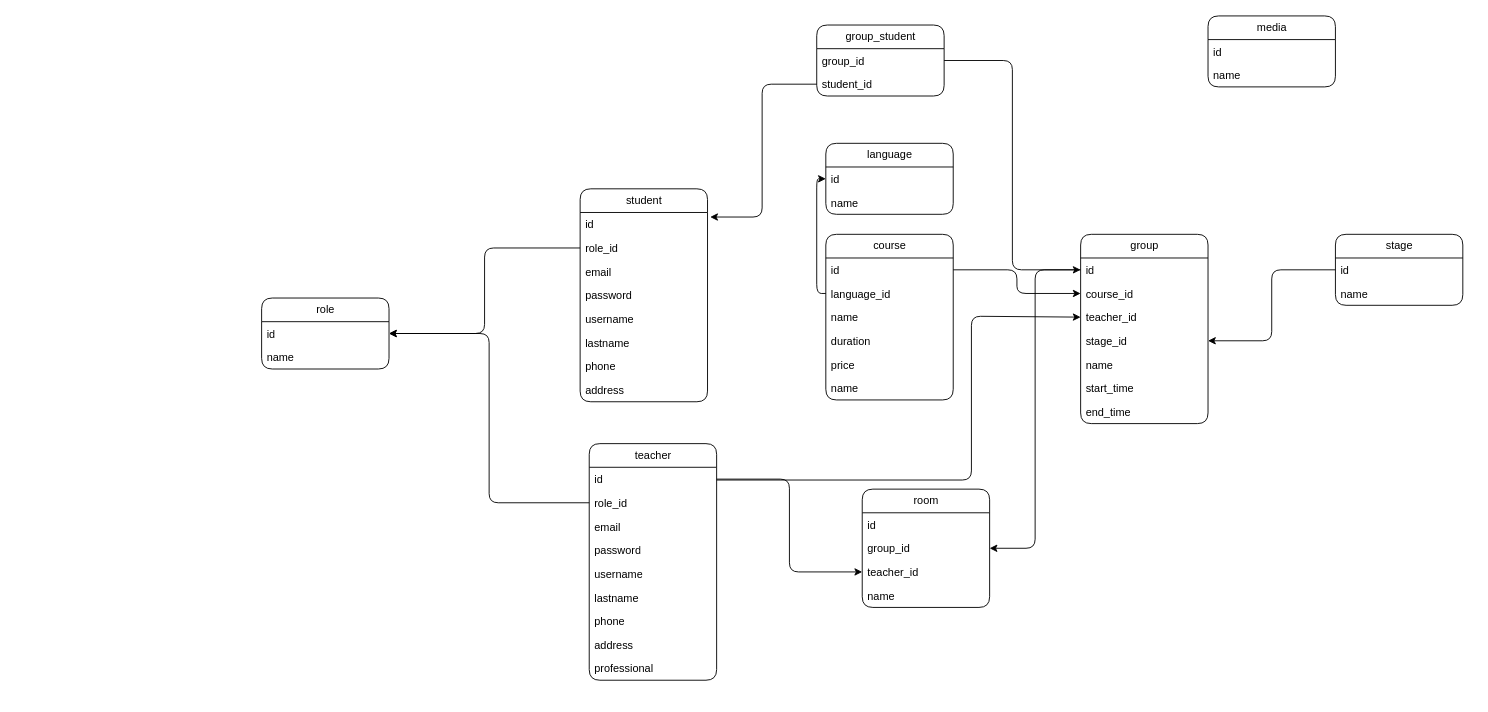
Above: edu.dio in ArabkhonDev/edu-app (draw.io), before the change. Source tidied: cells renumbered, new cells numbered last; positions are measured from the earlier drawing's top-left corner, leaving out a move shared by most shapes. Both pictures are drawn from the tidied source at 91%, with x=0, y=0 at pixel (261, 15).
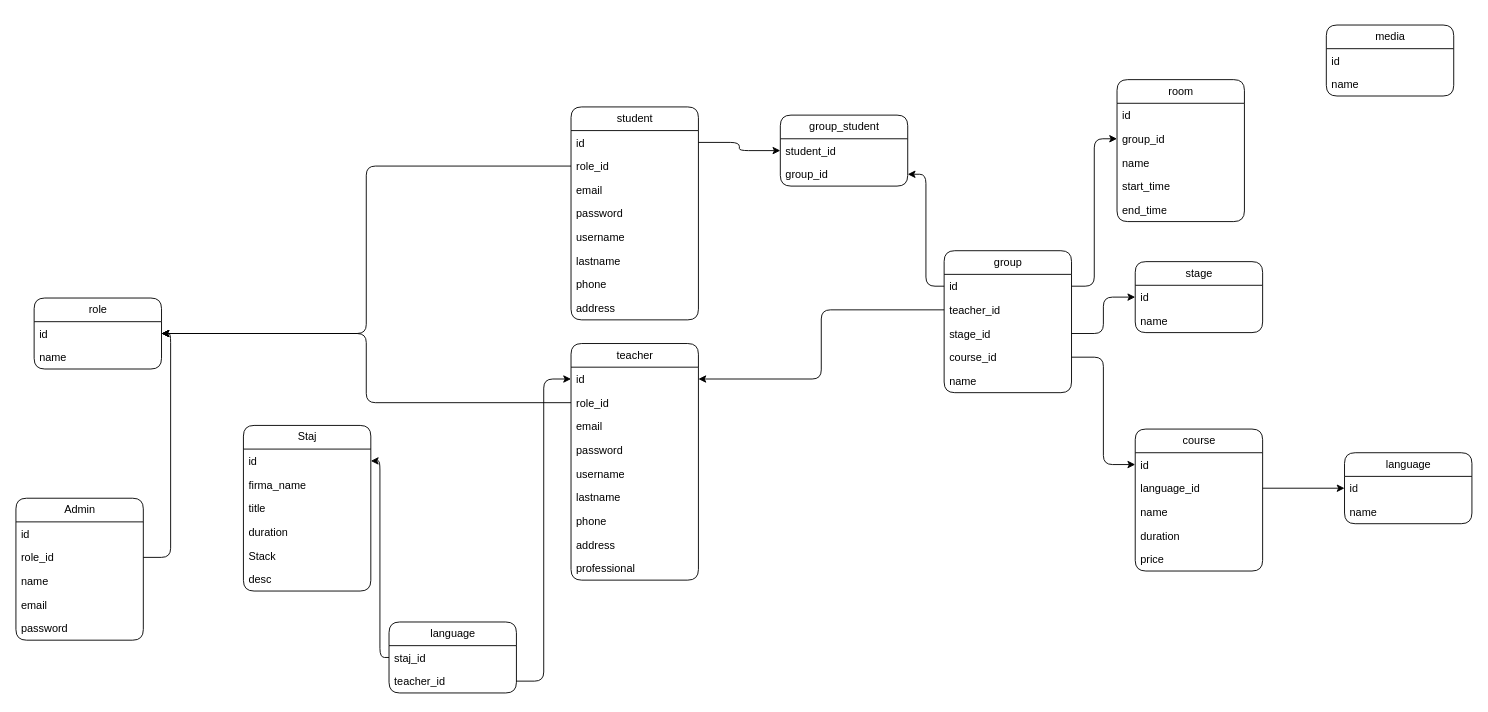
The same page after the edit.

Unchanged cells that the change refers to:
```xml
<mxCell id="6" value="id" style="text;strokeColor=none;fillColor=none;align=left;verticalAlign=top;spacingLeft=4;spacingRight=4;overflow=hidden;points=[[0,0.5],[1,0.5]];portConstraint=eastwest;whiteSpace=wrap;html=1;" parent="5" vertex="1">
  <mxGeometry y="26" width="140" height="26" as="geometry" />
</mxCell>
<mxCell id="15" value="id" style="text;strokeColor=none;fillColor=none;align=left;verticalAlign=top;spacingLeft=4;spacingRight=4;overflow=hidden;points=[[0,0.5],[1,0.5]];portConstraint=eastwest;whiteSpace=wrap;html=1;" parent="14" vertex="1">
  <mxGeometry y="26" width="140" height="26" as="geometry" />
</mxCell>
<mxCell id="16" value="language_id" style="text;strokeColor=none;fillColor=none;align=left;verticalAlign=top;spacingLeft=4;spacingRight=4;overflow=hidden;points=[[0,0.5],[1,0.5]];portConstraint=eastwest;whiteSpace=wrap;html=1;" parent="14" vertex="1">
  <mxGeometry y="52" width="140" height="26" as="geometry" />
</mxCell>
<mxCell id="23" value="group_id" style="text;strokeColor=none;fillColor=none;align=left;verticalAlign=top;spacingLeft=4;spacingRight=4;overflow=hidden;points=[[0,0.5],[1,0.5]];portConstraint=eastwest;whiteSpace=wrap;html=1;" parent="21" vertex="1">
  <mxGeometry y="52" width="140" height="26" as="geometry" />
</mxCell>
<mxCell id="27" value="id" style="text;strokeColor=none;fillColor=none;align=left;verticalAlign=top;spacingLeft=4;spacingRight=4;overflow=hidden;points=[[0,0.5],[1,0.5]];portConstraint=eastwest;whiteSpace=wrap;html=1;" parent="26" vertex="1">
  <mxGeometry y="26" width="140" height="26" as="geometry" />
</mxCell>
<mxCell id="40" value="id" style="text;strokeColor=none;fillColor=none;align=left;verticalAlign=top;spacingLeft=4;spacingRight=4;overflow=hidden;points=[[0,0.5],[1,0.5]];portConstraint=eastwest;whiteSpace=wrap;html=1;" parent="39" vertex="1">
  <mxGeometry y="26" width="140" height="26" as="geometry" />
</mxCell>
<mxCell id="48" value="id" style="text;strokeColor=none;fillColor=none;align=left;verticalAlign=top;spacingLeft=4;spacingRight=4;overflow=hidden;points=[[0,0.5],[1,0.5]];portConstraint=eastwest;whiteSpace=wrap;html=1;" parent="47" vertex="1">
  <mxGeometry y="26" width="140" height="26" as="geometry" />
</mxCell>
<mxCell id="63" value="id" style="text;strokeColor=none;fillColor=none;align=left;verticalAlign=top;spacingLeft=4;spacingRight=4;overflow=hidden;points=[[0,0.5],[1,0.5]];portConstraint=eastwest;whiteSpace=wrap;html=1;" parent="62" vertex="1">
  <mxGeometry y="26" width="140" height="26" as="geometry" />
</mxCell>
```

What changed in the source:
```diff
@@
     <mxCell id="2" value="role" style="swimlane;fontStyle=0;horizontal=1;startSize=26;fillColor=none;html=1;rounded=1;" parent="1" vertex="1">
-      <mxGeometry y="310" width="140" height="78" as="geometry" />
+      <mxGeometry x="-250" y="310" width="140" height="78" as="geometry" />
     </mxCell>
@@
     <mxCell id="5" value="student" style="swimlane;fontStyle=0;horizontal=1;startSize=26;fillColor=none;html=1;rounded=1;" parent="1" vertex="1">
-      <mxGeometry x="350" y="190" width="140" height="234" as="geometry" />
+      <mxGeometry x="340" y="100" width="140" height="234" as="geometry" />
     </mxCell>
@@
     <mxCell id="14" value="course" style="swimlane;fontStyle=0;horizontal=1;startSize=26;fillColor=none;html=1;rounded=1;" parent="1" vertex="1">
-      <mxGeometry x="620" y="240" width="140" height="182" as="geometry" />
+      <mxGeometry x="960" y="454" width="140" height="156" as="geometry" />
     </mxCell>
@@
-    <mxCell id="20" value="name" style="text;strokeColor=none;fillColor=none;align=left;verticalAlign=top;spacingLeft=4;spacingRight=4;overflow=hidden;whiteSpace=wrap;html=1;" parent="14" vertex="1">
-      <mxGeometry y="156" width="140" height="26" as="geometry" />
-    </mxCell>
     <mxCell id="21" value="room" style="swimlane;fontStyle=0;horizontal=1;startSize=26;fillColor=none;html=1;rounded=1;" parent="1" vertex="1">
-      <mxGeometry x="660" y="520" width="140" height="130" as="geometry" />
+      <mxGeometry x="940" y="70" width="140" height="156" as="geometry" />
     </mxCell>
@@
-    <mxCell id="24" value="teacher_id" style="text;strokeColor=none;fillColor=none;align=left;verticalAlign=top;spacingLeft=4;spacingRight=4;overflow=hidden;points=[[0,0.5],[1,0.5]];portConstraint=eastwest;whiteSpace=wrap;html=1;" parent="21" vertex="1">
-      <mxGeometry y="78" width="140" height="26" as="geometry" />
-    </mxCell>
     <mxCell id="25" value="name" style="text;strokeColor=none;fillColor=none;align=left;verticalAlign=top;spacingLeft=4;spacingRight=4;overflow=hidden;whiteSpace=wrap;html=1;" parent="21" vertex="1">
-      <mxGeometry y="104" width="140" height="26" as="geometry" />
+      <mxGeometry y="78" width="140" height="26" as="geometry" />
     </mxCell>
+    <mxCell id="45" value="start_time" style="text;strokeColor=none;fillColor=none;align=left;verticalAlign=top;spacingLeft=4;spacingRight=4;overflow=hidden;whiteSpace=wrap;html=1;" parent="21" vertex="1">
+      <mxGeometry y="104" width="140" height="26" as="geometry" />
+    </mxCell>
+    <mxCell id="46" value="end_time" style="text;strokeColor=none;fillColor=none;align=left;verticalAlign=top;spacingLeft=4;spacingRight=4;overflow=hidden;whiteSpace=wrap;html=1;" parent="21" vertex="1">
+      <mxGeometry y="130" width="140" height="26" as="geometry" />
+    </mxCell>
     <mxCell id="26" value="teacher" style="swimlane;fontStyle=0;horizontal=1;startSize=26;fillColor=none;html=1;rounded=1;" parent="1" vertex="1">
-      <mxGeometry x="360" y="470" width="140" height="260" as="geometry" />
+      <mxGeometry x="340" y="360" width="140" height="260" as="geometry" />
     </mxCell>
@@
-    <mxCell id="38" style="edgeStyle=orthogonalEdgeStyle;html=1;entryX=0;entryY=0.5;entryDx=0;entryDy=0;" parent="1" edge="1" source="27" target="24">
-      <mxGeometry relative="1" as="geometry" />
-    </mxCell>
     <mxCell id="39" value="group" style="swimlane;fontStyle=0;horizontal=1;startSize=26;fillColor=none;html=1;rounded=1;" parent="1" vertex="1">
-      <mxGeometry x="900" y="240" width="140" height="208" as="geometry" />
+      <mxGeometry x="750" y="258" width="140" height="156" as="geometry" />
     </mxCell>
@@
-    <mxCell id="41" value="course_id" style="text;strokeColor=none;fillColor=none;align=left;verticalAlign=top;spacingLeft=4;spacingRight=4;overflow=hidden;points=[[0,0.5],[1,0.5]];portConstraint=eastwest;whiteSpace=wrap;html=1;" parent="39" vertex="1">
-      <mxGeometry y="52" width="140" height="26" as="geometry" />
-    </mxCell>
     <mxCell id="42" value="teacher_id" style="text;strokeColor=none;fillColor=none;align=left;verticalAlign=top;spacingLeft=4;spacingRight=4;overflow=hidden;points=[[0,0.5],[1,0.5]];portConstraint=eastwest;whiteSpace=wrap;html=1;" parent="39" vertex="1">
-      <mxGeometry y="78" width="140" height="26" as="geometry" />
+      <mxGeometry y="52" width="140" height="26" as="geometry" />
     </mxCell>
     <mxCell id="43" value="stage_id" style="text;strokeColor=none;fillColor=none;align=left;verticalAlign=top;spacingLeft=4;spacingRight=4;overflow=hidden;points=[[0,0.5],[1,0.5]];portConstraint=eastwest;whiteSpace=wrap;html=1;" parent="39" vertex="1">
-      <mxGeometry y="104" width="140" height="26" as="geometry" />
+      <mxGeometry y="78" width="140" height="26" as="geometry" />
     </mxCell>
+    <mxCell id="41" value="course_id" style="text;strokeColor=none;fillColor=none;align=left;verticalAlign=top;spacingLeft=4;spacingRight=4;overflow=hidden;points=[[0,0.5],[1,0.5]];portConstraint=eastwest;whiteSpace=wrap;html=1;" parent="39" vertex="1">
+      <mxGeometry y="104" width="140" height="26" as="geometry" />
+    </mxCell>
@@
-    <mxCell id="45" value="start_time" style="text;strokeColor=none;fillColor=none;align=left;verticalAlign=top;spacingLeft=4;spacingRight=4;overflow=hidden;whiteSpace=wrap;html=1;" parent="39" vertex="1">
-      <mxGeometry y="156" width="140" height="26" as="geometry" />
-    </mxCell>
-    <mxCell id="46" value="end_time" style="text;strokeColor=none;fillColor=none;align=left;verticalAlign=top;spacingLeft=4;spacingRight=4;overflow=hidden;whiteSpace=wrap;html=1;" parent="39" vertex="1">
-      <mxGeometry y="182" width="140" height="26" as="geometry" />
-    </mxCell>
     <mxCell id="47" value="language" style="swimlane;fontStyle=0;horizontal=1;startSize=26;fillColor=none;html=1;rounded=1;" parent="1" vertex="1">
-      <mxGeometry x="620" y="140" width="140" height="78" as="geometry" />
+      <mxGeometry x="1190" y="480" width="140" height="78" as="geometry" />
     </mxCell>
@@
     <mxCell id="50" value="media" style="swimlane;fontStyle=0;horizontal=1;startSize=26;fillColor=none;html=1;rounded=1;" parent="1" vertex="1">
-      <mxGeometry x="1040" width="140" height="78" as="geometry" />
+      <mxGeometry x="1170" y="10" width="140" height="78" as="geometry" />
     </mxCell>
@@
-    <mxCell id="53" style="edgeStyle=orthogonalEdgeStyle;html=1;entryX=0;entryY=0.5;entryDx=0;entryDy=0;" parent="1" edge="1" source="16" target="47">
-      <mxGeometry relative="1" as="geometry" />
-    </mxCell>
-    <mxCell id="54" value="group_student" style="swimlane;fontStyle=0;horizontal=1;startSize=26;fillColor=none;html=1;rounded=1;" parent="1" vertex="1">
-      <mxGeometry x="610" y="10" width="140" height="78" as="geometry" />
-    </mxCell>
-    <mxCell id="55" value="group_id" style="text;strokeColor=none;fillColor=none;align=left;verticalAlign=top;spacingLeft=4;spacingRight=4;overflow=hidden;points=[[0,0.5],[1,0.5]];portConstraint=eastwest;whiteSpace=wrap;html=1;" parent="54" vertex="1">
-      <mxGeometry y="26" width="140" height="26" as="geometry" />
-    </mxCell>
-    <mxCell id="56" value="student_id" style="text;strokeColor=none;fillColor=none;align=left;verticalAlign=top;spacingLeft=4;spacingRight=4;overflow=hidden;points=[[0,0.5],[1,0.5]];portConstraint=eastwest;whiteSpace=wrap;html=1;" parent="54" vertex="1">
-      <mxGeometry y="52" width="140" height="26" as="geometry" />
-    </mxCell>
-    <mxCell id="57" style="edgeStyle=orthogonalEdgeStyle;html=1;" parent="1" edge="1" source="55" target="40">
-      <mxGeometry relative="1" as="geometry" />
-    </mxCell>
-    <mxCell id="58" style="edgeStyle=orthogonalEdgeStyle;html=1;entryX=1.021;entryY=0.192;entryDx=0;entryDy=0;entryPerimeter=0;" parent="1" edge="1" source="56" target="6">
-      <mxGeometry relative="1" as="geometry" />
-    </mxCell>
-    <mxCell id="59" style="edgeStyle=orthogonalEdgeStyle;html=1;entryX=0;entryY=0.5;entryDx=0;entryDy=0;" parent="1" edge="1" source="27" target="42">
-      <mxGeometry relative="1" as="geometry">
-        <Array as="points">
-          <mxPoint x="780" y="510" />
-          <mxPoint x="780" y="330" />
-        </Array>
-      </mxGeometry>
-    </mxCell>
-    <mxCell id="60" style="edgeStyle=orthogonalEdgeStyle;html=1;entryX=0;entryY=0.5;entryDx=0;entryDy=0;" parent="1" edge="1" source="15" target="41">
-      <mxGeometry relative="1" as="geometry" />
-    </mxCell>
-    <mxCell id="61" style="edgeStyle=orthogonalEdgeStyle;html=1;" parent="1" edge="1" source="40" target="23">
-      <mxGeometry relative="1" as="geometry" />
-    </mxCell>
     <mxCell id="62" value="stage" style="swimlane;fontStyle=0;horizontal=1;startSize=26;fillColor=none;html=1;rounded=1;" parent="1" vertex="1">
-      <mxGeometry x="1180" y="240" width="140" height="78" as="geometry" />
+      <mxGeometry x="960" y="270" width="140" height="78" as="geometry" />
     </mxCell>
@@
-    <mxCell id="65" style="edgeStyle=orthogonalEdgeStyle;html=1;" parent="1" edge="1" source="63" target="43">
-      <mxGeometry relative="1" as="geometry" />
-    </mxCell>
+    <mxCell id="61" style="edgeStyle=orthogonalEdgeStyle;html=1;" parent="1" edge="1" source="40" target="23">
+      <mxGeometry relative="1" as="geometry" />
+    </mxCell>
+    <mxCell id="66" value="Admin" style="swimlane;fontStyle=0;horizontal=1;startSize=26;fillColor=none;html=1;rounded=1;" parent="1" vertex="1">
+      <mxGeometry x="-270" y="530" width="140" height="156" as="geometry" />
+    </mxCell>
+    <mxCell id="67" value="id" style="text;strokeColor=none;fillColor=none;align=left;verticalAlign=top;spacingLeft=4;spacingRight=4;overflow=hidden;whiteSpace=wrap;html=1;" parent="66" vertex="1">
+      <mxGeometry y="26" width="140" height="26" as="geometry" />
+    </mxCell>
+    <mxCell id="68" value="role_id" style="text;strokeColor=none;fillColor=none;align=left;verticalAlign=top;spacingLeft=4;spacingRight=4;overflow=hidden;points=[[0,0.5],[1,0.5]];portConstraint=eastwest;whiteSpace=wrap;html=1;" parent="66" vertex="1">
+      <mxGeometry y="52" width="140" height="26" as="geometry" />
+    </mxCell>
+    <mxCell id="20" value="name" style="text;strokeColor=none;fillColor=none;align=left;verticalAlign=top;spacingLeft=4;spacingRight=4;overflow=hidden;whiteSpace=wrap;html=1;" parent="66" vertex="1">
+      <mxGeometry y="78" width="140" height="26" as="geometry" />
+    </mxCell>
+    <mxCell id="69" value="email" style="text;strokeColor=none;fillColor=none;align=left;verticalAlign=top;spacingLeft=4;spacingRight=4;overflow=hidden;whiteSpace=wrap;html=1;" parent="66" vertex="1">
+      <mxGeometry y="104" width="140" height="26" as="geometry" />
+    </mxCell>
+    <mxCell id="70" value="password" style="text;strokeColor=none;fillColor=none;align=left;verticalAlign=top;spacingLeft=4;spacingRight=4;overflow=hidden;whiteSpace=wrap;html=1;" parent="66" vertex="1">
+      <mxGeometry y="130" width="140" height="26" as="geometry" />
+    </mxCell>
+    <mxCell id="71" style="edgeStyle=orthogonalEdgeStyle;html=1;entryX=1;entryY=0.5;entryDx=0;entryDy=0;" parent="1" edge="1" source="68" target="2">
+      <mxGeometry relative="1" as="geometry" />
+    </mxCell>
+    <mxCell id="54" value="group_student" style="swimlane;fontStyle=0;horizontal=1;startSize=26;fillColor=none;html=1;rounded=1;" parent="1" vertex="1">
+      <mxGeometry x="570" y="109" width="140" height="78" as="geometry" />
+    </mxCell>
+    <mxCell id="56" value="student_id" style="text;strokeColor=none;fillColor=none;align=left;verticalAlign=top;spacingLeft=4;spacingRight=4;overflow=hidden;points=[[0,0.5],[1,0.5]];portConstraint=eastwest;whiteSpace=wrap;html=1;" parent="54" vertex="1">
+      <mxGeometry y="26" width="140" height="26" as="geometry" />
+    </mxCell>
+    <mxCell id="55" value="group_id" style="text;strokeColor=none;fillColor=none;align=left;verticalAlign=top;spacingLeft=4;spacingRight=4;overflow=hidden;points=[[0,0.5],[1,0.5]];portConstraint=eastwest;whiteSpace=wrap;html=1;" parent="54" vertex="1">
+      <mxGeometry y="52" width="140" height="26" as="geometry" />
+    </mxCell>
+    <mxCell id="72" style="edgeStyle=orthogonalEdgeStyle;html=1;" parent="1" edge="1" source="42" target="27">
+      <mxGeometry relative="1" as="geometry" />
+    </mxCell>
+    <mxCell id="73" style="edgeStyle=orthogonalEdgeStyle;html=1;entryX=0;entryY=0.5;entryDx=0;entryDy=0;" parent="1" edge="1" source="16" target="48">
+      <mxGeometry relative="1" as="geometry" />
+    </mxCell>
+    <mxCell id="74" style="edgeStyle=orthogonalEdgeStyle;html=1;entryX=0;entryY=0.5;entryDx=0;entryDy=0;" parent="1" edge="1" source="43" target="63">
+      <mxGeometry relative="1" as="geometry" />
+    </mxCell>
+    <mxCell id="75" style="edgeStyle=orthogonalEdgeStyle;html=1;entryX=0;entryY=0.5;entryDx=0;entryDy=0;" parent="1" edge="1" source="41" target="15">
+      <mxGeometry relative="1" as="geometry" />
+    </mxCell>
+    <mxCell id="76" style="edgeStyle=orthogonalEdgeStyle;html=1;entryX=0;entryY=0.5;entryDx=0;entryDy=0;" parent="1" edge="1" source="6" target="54">
+      <mxGeometry relative="1" as="geometry" />
+    </mxCell>
+    <mxCell id="77" style="edgeStyle=orthogonalEdgeStyle;html=1;entryX=1;entryY=0.5;entryDx=0;entryDy=0;" parent="1" edge="1" source="40" target="55">
+      <mxGeometry relative="1" as="geometry" />
+    </mxCell>
+    <mxCell id="78" value="Staj" style="swimlane;fontStyle=0;horizontal=1;startSize=26;fillColor=none;html=1;rounded=1;" parent="1" vertex="1">
+      <mxGeometry x="-20" y="450" width="140" height="182" as="geometry" />
+    </mxCell>
+    <mxCell id="79" value="id" style="text;strokeColor=none;fillColor=none;align=left;verticalAlign=top;spacingLeft=4;spacingRight=4;overflow=hidden;points=[[0,0.5],[1,0.5]];portConstraint=eastwest;whiteSpace=wrap;html=1;" parent="78" vertex="1">
+      <mxGeometry y="26" width="140" height="26" as="geometry" />
+    </mxCell>
+    <mxCell id="80" value="firma_name" style="text;strokeColor=none;fillColor=none;align=left;verticalAlign=top;spacingLeft=4;spacingRight=4;overflow=hidden;whiteSpace=wrap;html=1;" parent="78" vertex="1">
+      <mxGeometry y="52" width="140" height="26" as="geometry" />
+    </mxCell>
+    <mxCell id="81" value="title" style="text;strokeColor=none;fillColor=none;align=left;verticalAlign=top;spacingLeft=4;spacingRight=4;overflow=hidden;whiteSpace=wrap;html=1;" parent="78" vertex="1">
+      <mxGeometry y="78" width="140" height="26" as="geometry" />
+    </mxCell>
+    <mxCell id="82" value="duration" style="text;strokeColor=none;fillColor=none;align=left;verticalAlign=top;spacingLeft=4;spacingRight=4;overflow=hidden;whiteSpace=wrap;html=1;" parent="78" vertex="1">
+      <mxGeometry y="104" width="140" height="26" as="geometry" />
+    </mxCell>
+    <mxCell id="83" value="Stack" style="text;strokeColor=none;fillColor=none;align=left;verticalAlign=top;spacingLeft=4;spacingRight=4;overflow=hidden;whiteSpace=wrap;html=1;" parent="78" vertex="1">
+      <mxGeometry y="130" width="140" height="26" as="geometry" />
+    </mxCell>
+    <mxCell id="84" value="desc" style="text;strokeColor=none;fillColor=none;align=left;verticalAlign=top;spacingLeft=4;spacingRight=4;overflow=hidden;whiteSpace=wrap;html=1;" parent="78" vertex="1">
+      <mxGeometry y="156" width="140" height="26" as="geometry" />
+    </mxCell>
+    <mxCell id="85" value="language" style="swimlane;fontStyle=0;horizontal=1;startSize=26;fillColor=none;html=1;rounded=1;" parent="1" vertex="1">
+      <mxGeometry x="140" y="666" width="140" height="78" as="geometry" />
+    </mxCell>
+    <mxCell id="86" value="staj_id" style="text;strokeColor=none;fillColor=none;align=left;verticalAlign=top;spacingLeft=4;spacingRight=4;overflow=hidden;points=[[0,0.5],[1,0.5]];portConstraint=eastwest;whiteSpace=wrap;html=1;" parent="85" vertex="1">
+      <mxGeometry y="26" width="140" height="26" as="geometry" />
+    </mxCell>
+    <mxCell id="24" value="teacher_id" style="text;strokeColor=none;fillColor=none;align=left;verticalAlign=top;spacingLeft=4;spacingRight=4;overflow=hidden;points=[[0,0.5],[1,0.5]];portConstraint=eastwest;whiteSpace=wrap;html=1;" parent="85" vertex="1">
+      <mxGeometry y="52" width="140" height="26" as="geometry" />
+    </mxCell>
+    <mxCell id="87" style="edgeStyle=orthogonalEdgeStyle;html=1;entryX=0;entryY=0.5;entryDx=0;entryDy=0;" parent="1" edge="1" source="24" target="27">
+      <mxGeometry relative="1" as="geometry" />
+    </mxCell>
+    <mxCell id="88" style="edgeStyle=orthogonalEdgeStyle;html=1;entryX=1;entryY=0.5;entryDx=0;entryDy=0;" parent="1" edge="1" source="86" target="79">
+      <mxGeometry relative="1" as="geometry" />
+    </mxCell>
```
